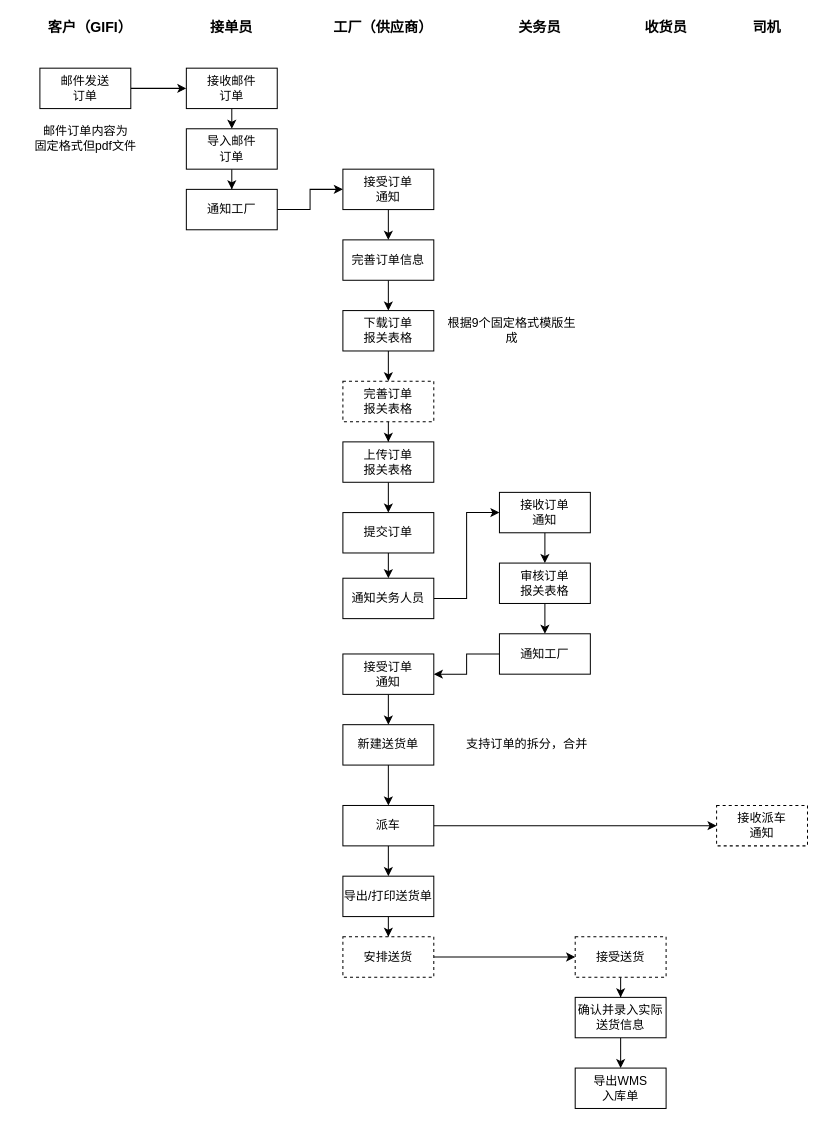
Before: page "业务流程图" (1 of 4) of shrine-doc/进区预约系统.drawio in easefulfil/CLOUDCARE, a draw.io diagram. Source tidied: cells renumbered, new cells numbered last; positions are measured from the earlier drawing's top-left corner, leaving out a move shared by most shapes. Both pictures are drawn from the tidied source at 101%, with x=0, y=0 at pixel (17, 17).
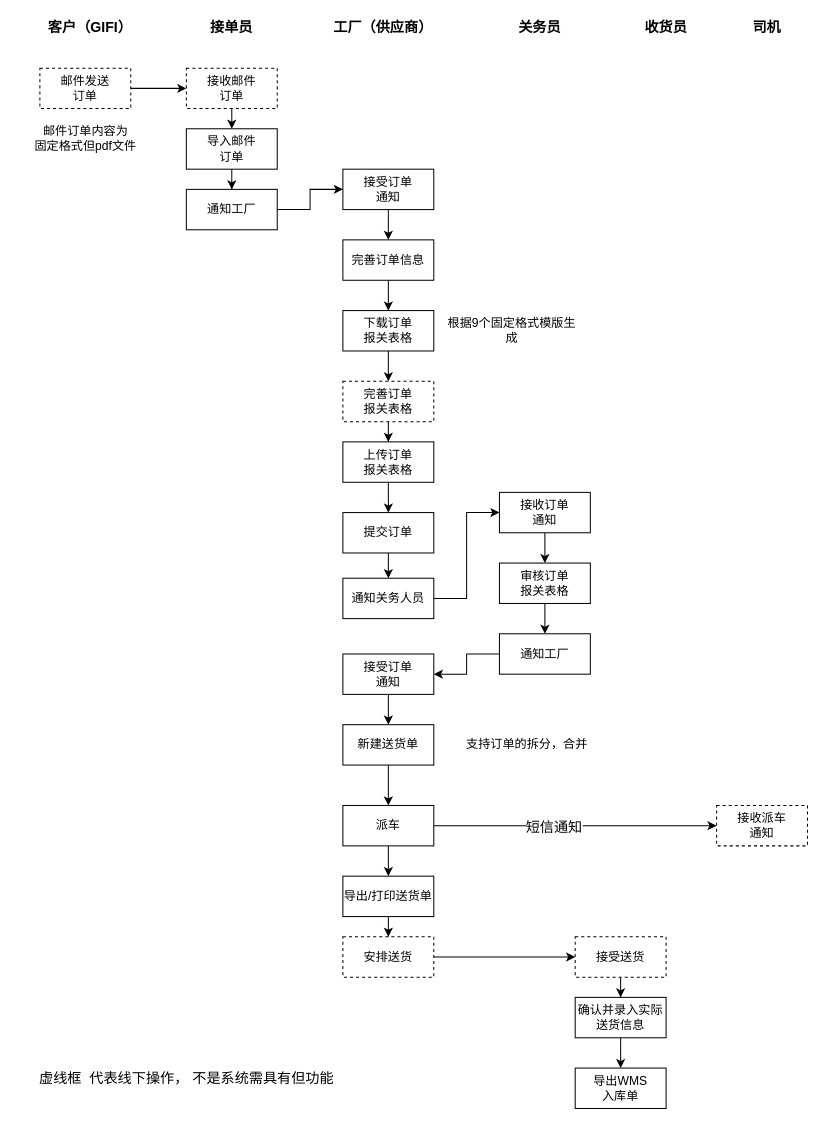
Above is the later version.

Unchanged cells that the change refers to:
```xml
<mxCell id="39" style="edgeStyle=orthogonalEdgeStyle;rounded=0;jettySize=auto;html=1;entryX=0;entryY=0.5;entryDx=0;entryDy=0;fontSize=14;" parent="1" edge="1" source="40" target="55">
  <mxGeometry relative="1" as="geometry" />
</mxCell>
```

What changed in the source:
```diff
@@
-    <mxCell id="7" value="邮件发送&lt;br&gt;订单" style="rounded=0;whiteSpace=wrap;html=1;" parent="1" vertex="1">
+    <mxCell id="7" value="邮件发送&lt;br&gt;订单" style="rounded=0;whiteSpace=wrap;html=1;dashed=1;" parent="1" vertex="1">
       <mxGeometry x="22" y="50" width="90" height="40" as="geometry" />
     </mxCell>
@@
-    <mxCell id="9" value="接收邮件&lt;br&gt;订单" style="rounded=0;whiteSpace=wrap;html=1;" parent="1" vertex="1">
+    <mxCell id="9" value="接收邮件&lt;br&gt;订单" style="rounded=0;whiteSpace=wrap;html=1;dashed=1;" parent="1" vertex="1">
       <mxGeometry x="167" y="50" width="90" height="40" as="geometry" />
     </mxCell>
@@
+    <mxCell id="56" value="短信通知" style="edgeLabel;html=1;align=center;verticalAlign=middle;fontSize=14;" parent="39" vertex="1">
+      <mxGeometry x="-0.16" y="-1" relative="1" as="geometry" />
+    </mxCell>
@@
+    <mxCell id="57" value="虚线框&amp;nbsp; 代表线下操作， 不是系统需具有但功能" style="text;html=1;align=center;verticalAlign=middle;strokeColor=none;fontSize=14;" parent="1" vertex="1">
+      <mxGeometry x="12" y="1040" width="310" height="20" as="geometry" />
+    </mxCell>
```
